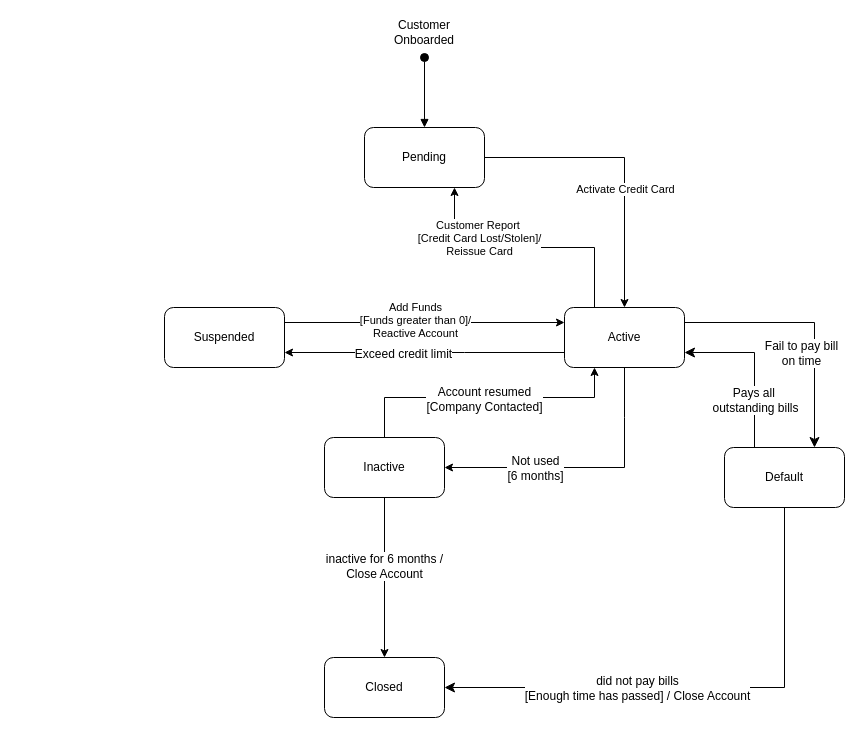
The draw.io diagram page "Page-1" (1 of 3) of workshop6_week7.drawio in antonykimuom/SWEN30006-2025-SM1-workshop1-tuew05-14-00-team-12, before the edit. Source tidied: cells renumbered, new cells numbered last; positions are measured from the earlier drawing's top-left corner, leaving out a move shared by most shapes. Both pictures are drawn from the tidied source at 100%, with x=0, y=0 at pixel (164, 17).
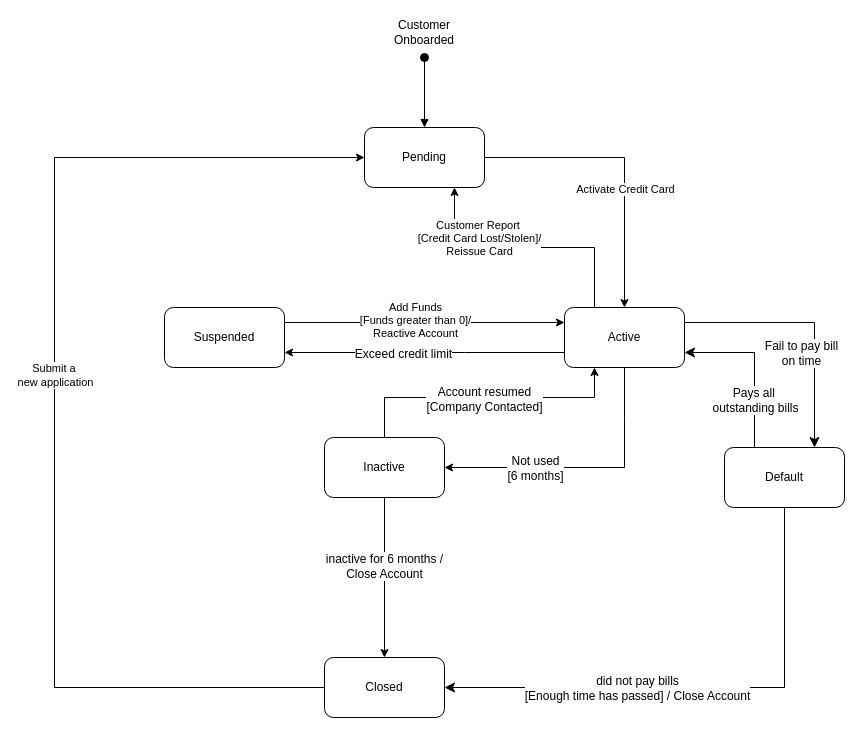
The same page after the edit.

Unchanged cells that the change refers to:
```xml
<mxCell id="4" value="Pending" style="rounded=1;whiteSpace=wrap;html=1;" parent="1" vertex="1">
  <mxGeometry x="200" y="110" width="120" height="60" as="geometry" />
</mxCell>
<mxCell id="27" value="Closed" style="rounded=1;whiteSpace=wrap;html=1;" parent="1" vertex="1">
  <mxGeometry x="160" y="640" width="120" height="60" as="geometry" />
</mxCell>
```

Change to the diagram source:
```diff
@@
+    <mxCell id="30" style="edgeStyle=orthogonalEdgeStyle;rounded=0;jettySize=auto;html=1;entryX=0;entryY=0.5;entryDx=0;entryDy=0;" parent="1" edge="1" source="27" target="4">
+      <mxGeometry relative="1" as="geometry">
+        <Array as="points">
+          <mxPoint x="-110" y="670" />
+          <mxPoint x="-110" y="140" />
+        </Array>
+      </mxGeometry>
+    </mxCell>
+    <mxCell id="31" value="Submit a&amp;nbsp;&lt;div&gt;new application&lt;/div&gt;" style="edgeLabel;html=1;align=center;verticalAlign=middle;" parent="30" vertex="1">
+      <mxGeometry x="0.05" relative="1" as="geometry" />
+    </mxCell>
```
